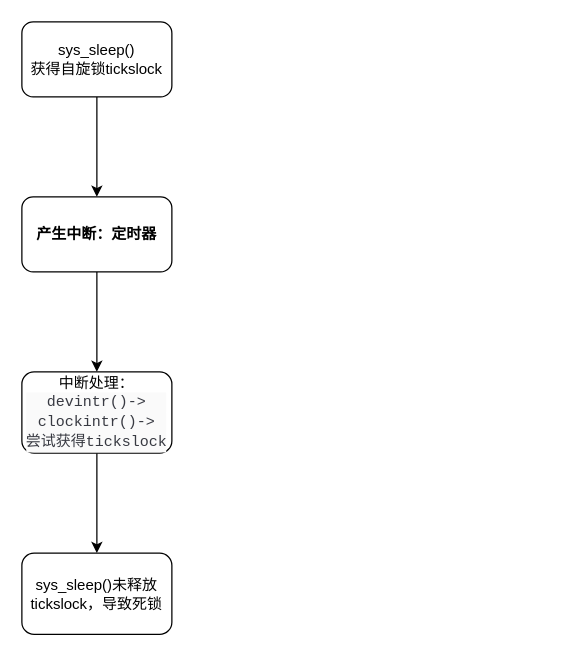
This is lock.drawio from luoya-try/draw_io, a draw.io file, before an edit. Source tidied: cells renumbered, new cells numbered last; positions are measured from the earlier drawing's top-left corner, leaving out a move shared by most shapes. Both pictures are drawn from the tidied source at 125%, with x=0, y=0 at pixel (21, 21).
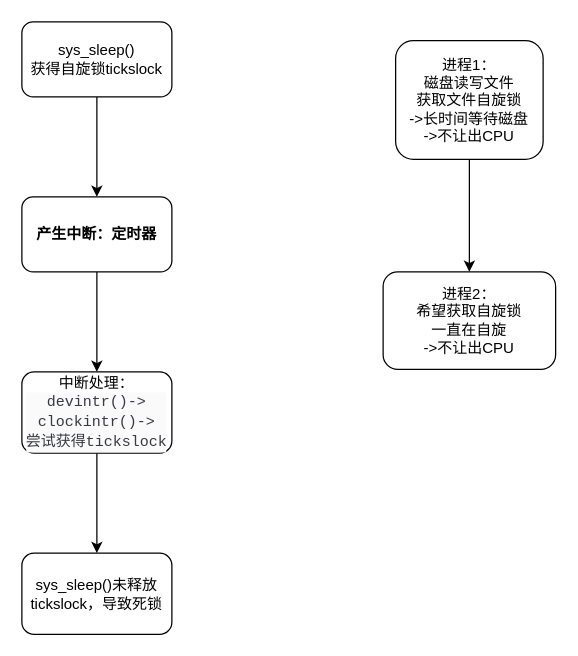
The same page after the edit.

Diff of the diagram source:
```diff
@@
 <mxGraphModel>
   <root>
     <mxCell id="0" />
     <mxCell id="1" parent="0" />
     <mxCell id="2" style="edgeStyle=orthogonalEdgeStyle;rounded=0;jettySize=auto;html=1;" parent="1" edge="1" source="3" target="5">
       <mxGeometry relative="1" as="geometry" />
     </mxCell>
     <mxCell id="3" value="sys_sleep()&lt;br&gt;获得自旋锁tickslock" style="rounded=1;whiteSpace=wrap;html=1;" parent="1" vertex="1">
       <mxGeometry width="120" height="60" as="geometry" />
     </mxCell>
     <mxCell id="4" style="edgeStyle=orthogonalEdgeStyle;rounded=0;jettySize=auto;html=1;" parent="1" edge="1" source="5" target="7">
       <mxGeometry relative="1" as="geometry" />
     </mxCell>
     <mxCell id="5" value="&lt;b&gt;产生中断：定时器&lt;/b&gt;" style="rounded=1;whiteSpace=wrap;html=1;" parent="1" vertex="1">
       <mxGeometry y="140" width="120" height="60" as="geometry" />
     </mxCell>
     <mxCell id="6" style="edgeStyle=orthogonalEdgeStyle;rounded=0;jettySize=auto;html=1;" parent="1" edge="1" source="7" target="8">
       <mxGeometry relative="1" as="geometry" />
     </mxCell>
     <mxCell id="7" value="中断处理：&lt;br&gt;&lt;div style=&quot;color: rgb(56, 58, 66); background-color: rgb(250, 250, 250); font-family: Consolas, &amp;quot;Courier New&amp;quot;, monospace; line-height: 16px;&quot;&gt;devintr()-&amp;gt;&lt;/div&gt;&lt;div style=&quot;color: rgb(56, 58, 66); background-color: rgb(250, 250, 250); font-family: Consolas, &amp;quot;Courier New&amp;quot;, monospace; line-height: 16px;&quot;&gt;clockintr()-&amp;gt;&lt;/div&gt;&lt;div style=&quot;color: rgb(56, 58, 66); background-color: rgb(250, 250, 250); font-family: Consolas, &amp;quot;Courier New&amp;quot;, monospace; line-height: 16px;&quot;&gt;尝试获得tickslock&lt;/div&gt;" style="rounded=1;whiteSpace=wrap;html=1;" parent="1" vertex="1">
       <mxGeometry y="280" width="120" height="65" as="geometry" />
     </mxCell>
     <mxCell id="8" value="sys_sleep()未释放tickslock，导致死锁" style="rounded=1;whiteSpace=wrap;html=1;" parent="1" vertex="1">
       <mxGeometry y="425" width="120" height="65" as="geometry" />
     </mxCell>
+    <mxCell id="9" style="edgeStyle=orthogonalEdgeStyle;rounded=0;jettySize=auto;html=1;" parent="1" edge="1" source="10" target="11">
+      <mxGeometry relative="1" as="geometry" />
+    </mxCell>
+    <mxCell id="10" value="进程1：&lt;br&gt;磁盘读写文件&lt;br&gt;获取文件自旋锁&lt;br&gt;-&amp;gt;长时间等待磁盘&lt;br&gt;-&amp;gt;不让出CPU" style="rounded=1;whiteSpace=wrap;html=1;" parent="1" vertex="1">
+      <mxGeometry x="299" y="15" width="118" height="95" as="geometry" />
+    </mxCell>
+    <mxCell id="11" value="进程2：&lt;br&gt;希望获取自旋锁&lt;br&gt;一直在自旋&lt;br&gt;-&amp;gt;不让出CPU" style="rounded=1;whiteSpace=wrap;html=1;" parent="1" vertex="1">
+      <mxGeometry x="289" y="200" width="138" height="78" as="geometry" />
+    </mxCell>
   </root>
 </mxGraphModel>
```
